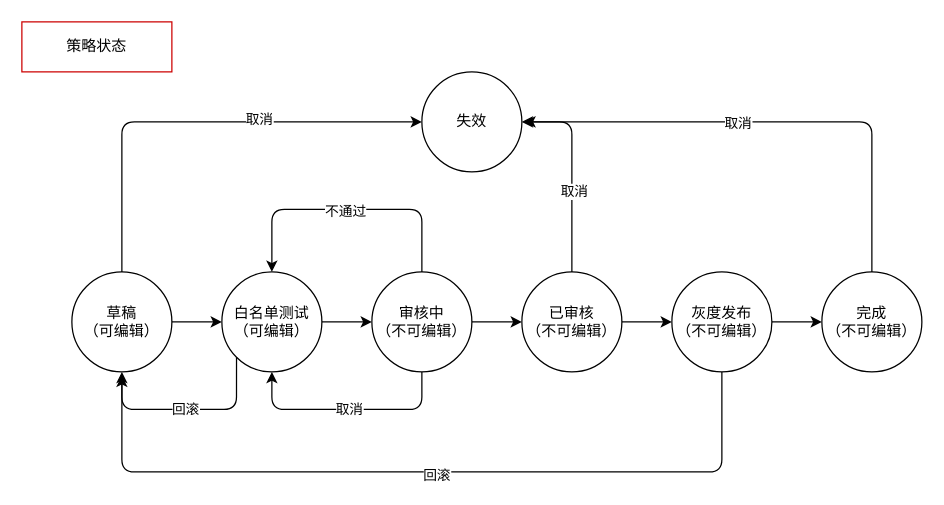
Earlier version of the draw.io diagram Untitled Diagram.drawio (Wang-Jun-Chao/diagrams). Source tidied: cells renumbered, new cells numbered last; positions are measured from the earlier drawing's top-left corner, leaving out a move shared by most shapes. Both pictures are drawn from the tidied source at 125%, with x=0, y=0 at pixel (21, 21).
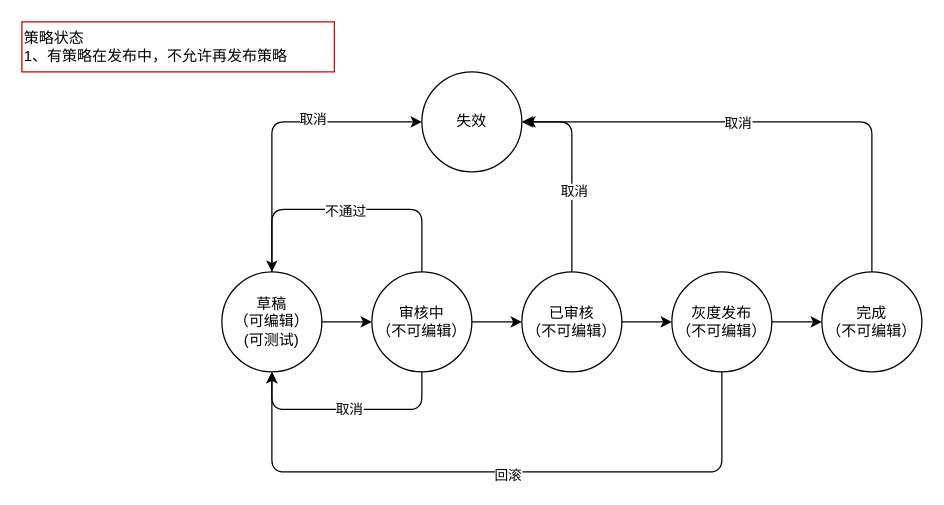
The same diagram, later.

Unchanged cells that the change refers to:
```xml
<mxCell id="11" value="灰度发布&lt;br&gt;（不可编辑）" style="ellipse;whiteSpace=wrap;html=1;" parent="1" vertex="1">
  <mxGeometry x="520" y="200" width="80" height="80" as="geometry" />
</mxCell>
<mxCell id="13" value="失效" style="ellipse;whiteSpace=wrap;html=1;" parent="1" vertex="1">
  <mxGeometry x="320" y="40" width="80" height="80" as="geometry" />
</mxCell>
```

Diff of the diagram source:
```diff
@@
-    <mxCell id="2" style="edgeStyle=orthogonalEdgeStyle;rounded=0;jettySize=auto;html=1;" parent="1" edge="1" source="3" target="5">
-      <mxGeometry relative="1" as="geometry" />
-    </mxCell>
-    <mxCell id="3" value="草稿&lt;br&gt;（可编辑）" style="ellipse;whiteSpace=wrap;html=1;" parent="1" vertex="1">
-      <mxGeometry x="40" y="200" width="80" height="80" as="geometry" />
-    </mxCell>
@@
-    <mxCell id="5" value="白名单测试&lt;br&gt;（可编辑）" style="ellipse;whiteSpace=wrap;html=1;" parent="1" vertex="1">
+    <mxCell id="5" value="草稿&lt;br&gt;（可编辑）&lt;br&gt;(可测试)" style="ellipse;whiteSpace=wrap;html=1;" parent="1" vertex="1">
       <mxGeometry x="160" y="200" width="80" height="80" as="geometry" />
     </mxCell>
@@
-    <mxCell id="14" style="endArrow=classic;html=1;edgeStyle=orthogonalEdgeStyle;entryX=0;entryY=0.5;entryDx=0;entryDy=0;" parent="1" edge="1" target="13">
+    <mxCell id="14" style="endArrow=classic;html=1;edgeStyle=orthogonalEdgeStyle;entryX=0;entryY=0.5;entryDx=0;entryDy=0;exitX=0.5;exitY=0;exitDx=0;exitDy=0;" parent="1" edge="1" source="5" target="13">
       <mxGeometry relative="1" as="geometry">
-        <mxPoint x="80" y="200" as="sourcePoint" />
         <Array as="points">
-          <mxPoint x="80" y="80" />
+          <mxPoint x="200" y="80" />
         </Array>
       </mxGeometry>
     </mxCell>
@@
-    <mxCell id="20" style="endArrow=classic;html=1;edgeStyle=orthogonalEdgeStyle;exitX=0.5;exitY=1;exitDx=0;exitDy=0;" parent="1" edge="1" source="11">
+    <mxCell id="20" style="endArrow=classic;html=1;edgeStyle=orthogonalEdgeStyle;exitX=0.5;exitY=1;exitDx=0;exitDy=0;entryX=0.5;entryY=1;entryDx=0;entryDy=0;" parent="1" edge="1" source="11" target="5">
       <mxGeometry relative="1" as="geometry">
-        <mxPoint x="80" y="283" as="targetPoint" />
         <Array as="points">
           <mxPoint x="560" y="360" />
-          <mxPoint x="80" y="360" />
-          <mxPoint x="80" y="283" />
+          <mxPoint x="200" y="360" />
         </Array>
       </mxGeometry>
     </mxCell>
@@
-    <mxCell id="26" value="策略状态" style="rounded=0;whiteSpace=wrap;html=1;strokeColor=#CC0000;" parent="1" vertex="1">
-      <mxGeometry width="120" height="40" as="geometry" />
+    <mxCell id="26" value="策略状态&lt;br&gt;1、有策略在发布中，不允许再发布策略" style="rounded=0;whiteSpace=wrap;html=1;strokeColor=#CC0000;align=left;" parent="1" vertex="1">
+      <mxGeometry width="250" height="40" as="geometry" />
     </mxCell>
-    <mxCell id="27" value="回滚" style="endArrow=classic;html=1;edgeStyle=orthogonalEdgeStyle;exitX=0;exitY=1;exitDx=0;exitDy=0;" parent="1" edge="1" source="5">
-      <mxGeometry relative="1" as="geometry">
-        <mxPoint x="80" y="280" as="targetPoint" />
-        <Array as="points">
-          <mxPoint x="172" y="310" />
-          <mxPoint x="80" y="310" />
-        </Array>
-      </mxGeometry>
-    </mxCell>
```
